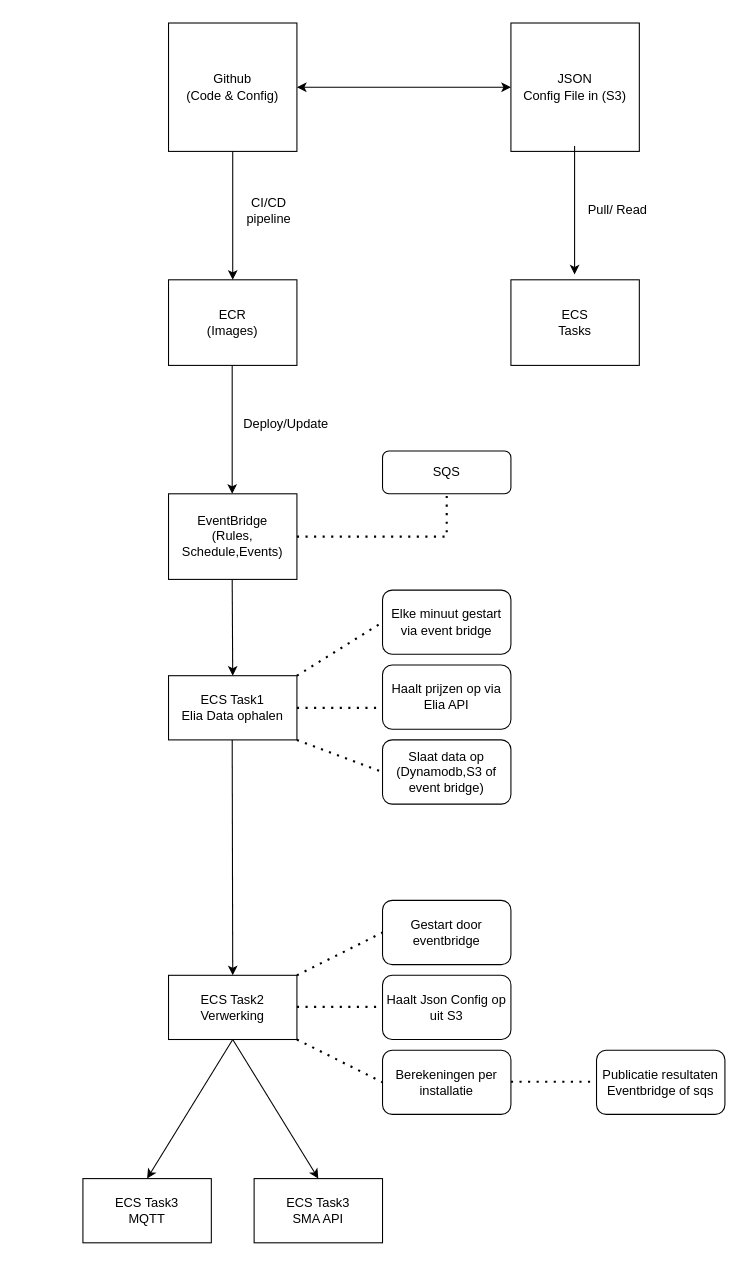
Trevi-env/wikitrevia keeps this draw.io diagram as Architectuur_AWS.drawio. Above is the earlier version. Source tidied: cells renumbered, new cells numbered last; positions are measured from the earlier drawing's top-left corner, leaving out a move shared by most shapes. Both pictures are drawn from the tidied source at 107%, with x=0, y=0 at pixel (82, 22).
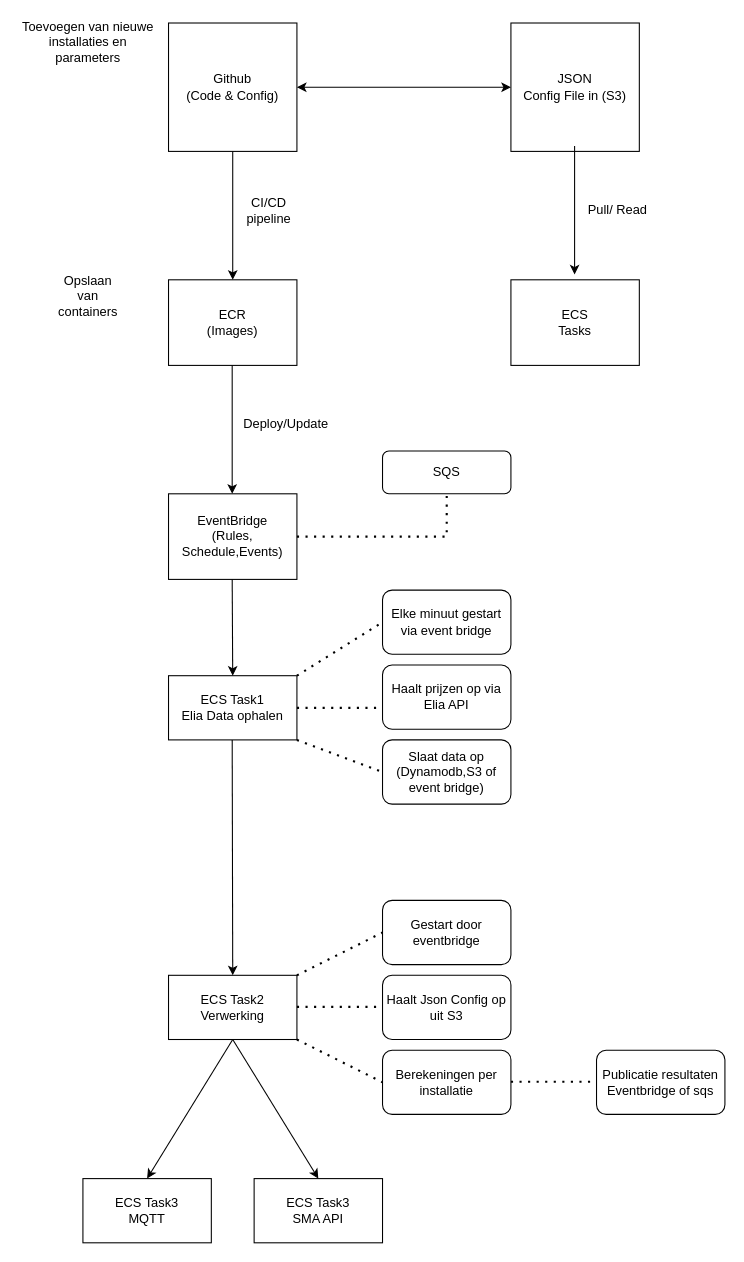
The same diagram, later.

Diff of the diagram source:
```diff
@@
+    <mxCell id="38" value="Toevoegen van nieuwe installaties en parameters&lt;div&gt;&lt;br&gt;&lt;/div&gt;" style="text;html=1;align=center;verticalAlign=middle;whiteSpace=wrap;rounded=0;" parent="1" vertex="1">
+      <mxGeometry x="-60" width="130" height="50" as="geometry" />
+    </mxCell>
+    <mxCell id="39" value="Opslaan van containers" style="text;html=1;align=center;verticalAlign=middle;whiteSpace=wrap;rounded=0;" parent="1" vertex="1">
+      <mxGeometry x="-25" y="240" width="60" height="30" as="geometry" />
+    </mxCell>
```
